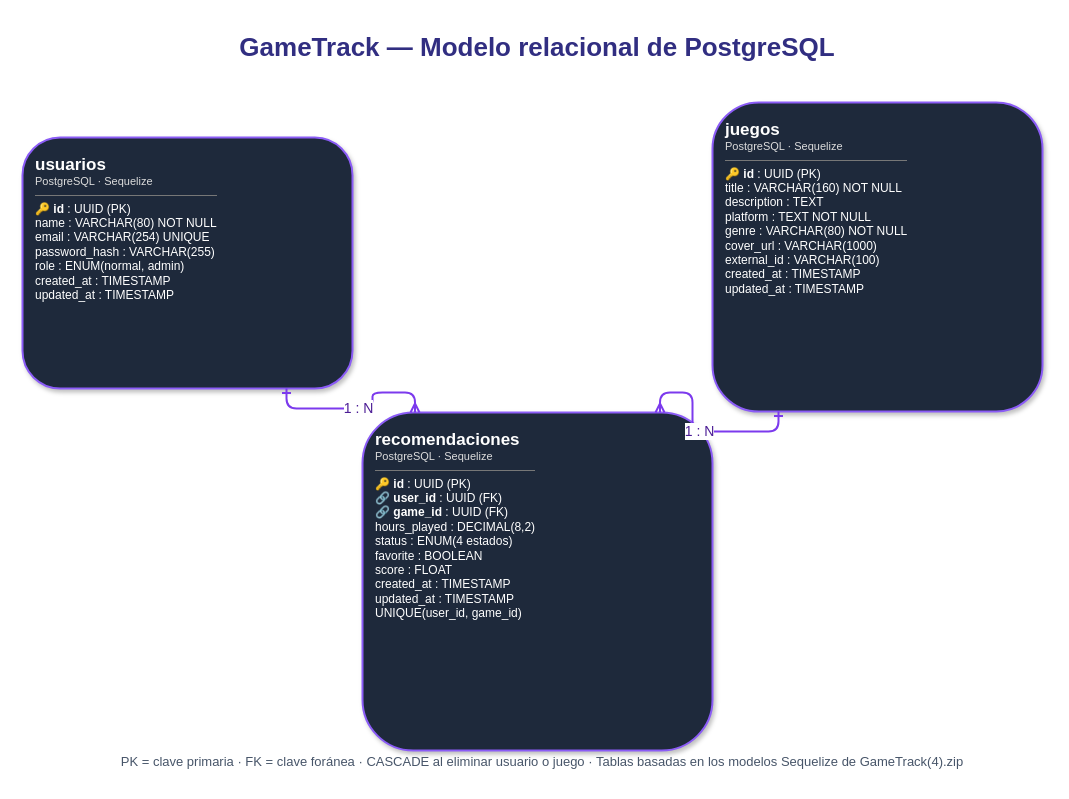
This is GameTrack-Modelo-Relacional.drawio from hwongg/GameTrack, a draw.io file, before an edit. Source tidied: cells renumbered, new cells numbered last; positions are measured from the earlier drawing's top-left corner, leaving out a move shared by most shapes. Both pictures are drawn from the tidied source at 100%, with x=0, y=0 at pixel (22, 17).
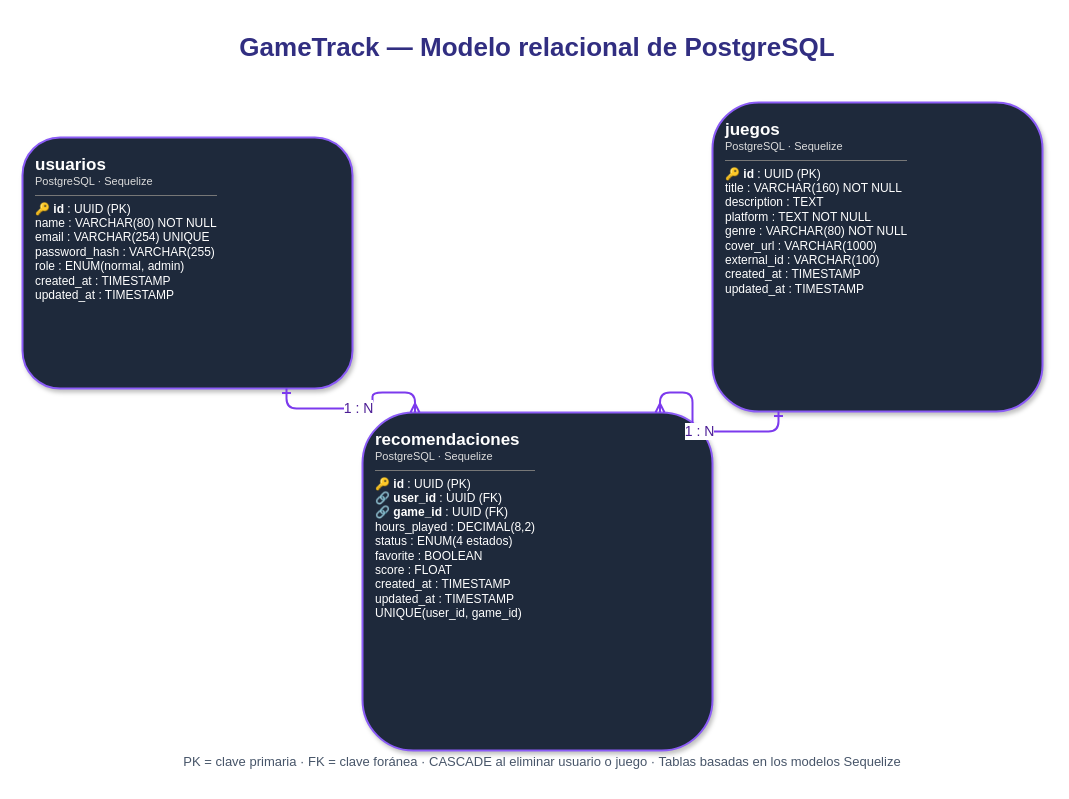
Above is the later version.

Commit message:
docs: mejorar nota del modelo relacional

What changed in the source:
```diff
@@
 <mxGraphModel>
   <root>
     <mxCell id="0" />
     <mxCell id="1" parent="0" />
     <mxCell id="2" value="&lt;div style=&quot;font-size:17px&quot;&gt;&lt;b&gt;usuarios&lt;/b&gt;&lt;/div&gt;&lt;div style=&quot;font-size:11px;color:#ddd&quot;&gt;PostgreSQL · Sequelize&lt;/div&gt;&lt;hr style=&quot;border:0;border-top:1px solid #777&quot;&gt;🔑 &lt;b&gt;id&lt;/b&gt; : UUID (PK)&lt;br&gt;name : VARCHAR(80) NOT NULL&lt;br&gt;email : VARCHAR(254) UNIQUE&lt;br&gt;password_hash : VARCHAR(255)&lt;br&gt;role : ENUM(normal, admin)&lt;br&gt;created_at : TIMESTAMP&lt;br&gt;updated_at : TIMESTAMP" style="rounded=1;whiteSpace=wrap;html=1;fillColor=#1E293B;strokeColor=#8B5CF6;strokeWidth=2;fontColor=#FFFFFF;align=left;verticalAlign=top;spacing=13;shadow=1;" parent="1" vertex="1">
       <mxGeometry y="120" width="330" height="251" as="geometry" />
     </mxCell>
     <mxCell id="3" value="&lt;div style=&quot;font-size:17px&quot;&gt;&lt;b&gt;juegos&lt;/b&gt;&lt;/div&gt;&lt;div style=&quot;font-size:11px;color:#ddd&quot;&gt;PostgreSQL · Sequelize&lt;/div&gt;&lt;hr style=&quot;border:0;border-top:1px solid #777&quot;&gt;🔑 &lt;b&gt;id&lt;/b&gt; : UUID (PK)&lt;br&gt;title : VARCHAR(160) NOT NULL&lt;br&gt;description : TEXT&lt;br&gt;platform : TEXT NOT NULL&lt;br&gt;genre : VARCHAR(80) NOT NULL&lt;br&gt;cover_url : VARCHAR(1000)&lt;br&gt;external_id : VARCHAR(100)&lt;br&gt;created_at : TIMESTAMP&lt;br&gt;updated_at : TIMESTAMP" style="rounded=1;whiteSpace=wrap;html=1;fillColor=#1E293B;strokeColor=#8B5CF6;strokeWidth=2;fontColor=#FFFFFF;align=left;verticalAlign=top;spacing=13;shadow=1;" parent="1" vertex="1">
       <mxGeometry x="690" y="85" width="330" height="309" as="geometry" />
     </mxCell>
     <mxCell id="4" value="&lt;div style=&quot;font-size:17px&quot;&gt;&lt;b&gt;recomendaciones&lt;/b&gt;&lt;/div&gt;&lt;div style=&quot;font-size:11px;color:#ddd&quot;&gt;PostgreSQL · Sequelize&lt;/div&gt;&lt;hr style=&quot;border:0;border-top:1px solid #777&quot;&gt;🔑 &lt;b&gt;id&lt;/b&gt; : UUID (PK)&lt;br&gt;🔗 &lt;b&gt;user_id&lt;/b&gt; : UUID (FK)&lt;br&gt;🔗 &lt;b&gt;game_id&lt;/b&gt; : UUID (FK)&lt;br&gt;hours_played : DECIMAL(8,2)&lt;br&gt;status : ENUM(4 estados)&lt;br&gt;favorite : BOOLEAN&lt;br&gt;score : FLOAT&lt;br&gt;created_at : TIMESTAMP&lt;br&gt;updated_at : TIMESTAMP&lt;br&gt;UNIQUE(user_id, game_id)" style="rounded=1;whiteSpace=wrap;html=1;fillColor=#1E293B;strokeColor=#8B5CF6;strokeWidth=2;fontColor=#FFFFFF;align=left;verticalAlign=top;spacing=13;shadow=1;" parent="1" vertex="1">
       <mxGeometry x="340" y="395" width="350" height="338" as="geometry" />
     </mxCell>
     <mxCell id="5" value="1 : N" style="edgeStyle=orthogonalEdgeStyle;rounded=1;jettySize=auto;html=1;strokeColor=#7C3AED;strokeWidth=2;endArrow=ERmany;endFill=0;startArrow=ERone;startFill=0;fontSize=14;fontColor=#4C1D95;exitX=0.8;exitY=1;exitDx=0;exitDy=0;entryX=0.15;entryY=0;entryDx=0;entryDy=0;" parent="1" edge="1" source="2" target="4">
       <mxGeometry relative="1" as="geometry" />
     </mxCell>
     <mxCell id="6" value="1 : N" style="edgeStyle=orthogonalEdgeStyle;rounded=1;jettySize=auto;html=1;strokeColor=#7C3AED;strokeWidth=2;endArrow=ERmany;endFill=0;startArrow=ERone;startFill=0;fontSize=14;fontColor=#4C1D95;exitX=0.2;exitY=1;exitDx=0;exitDy=0;entryX=0.85;entryY=0;entryDx=0;entryDy=0;" parent="1" edge="1" source="3" target="4">
       <mxGeometry relative="1" as="geometry" />
     </mxCell>
     <mxCell id="7" value="GameTrack — Modelo relacional de PostgreSQL" style="text;html=1;align=center;verticalAlign=middle;whiteSpace=wrap;rounded=0;fontSize=26;fontStyle=1;fontColor=#312E81;" parent="1" vertex="1">
       <mxGeometry x="100" width="830" height="60" as="geometry" />
     </mxCell>
-    <mxCell id="8" value="PK = clave primaria · FK = clave foránea · CASCADE al eliminar usuario o juego · Tablas basadas en los modelos Sequelize de GameTrack(4).zip" style="text;html=1;align=center;whiteSpace=wrap;fontSize=13;fontColor=#475569;" parent="1" vertex="1">
+    <mxCell id="8" value="PK = clave primaria · FK = clave foránea · CASCADE al eliminar usuario o juego · Tablas basadas en los modelos Sequelize" style="text;html=1;align=center;whiteSpace=wrap;fontSize=13;fontColor=#475569;" parent="1" vertex="1">
       <mxGeometry x="10" y="730" width="1020" height="35" as="geometry" />
     </mxCell>
   </root>
 </mxGraphModel>
```
